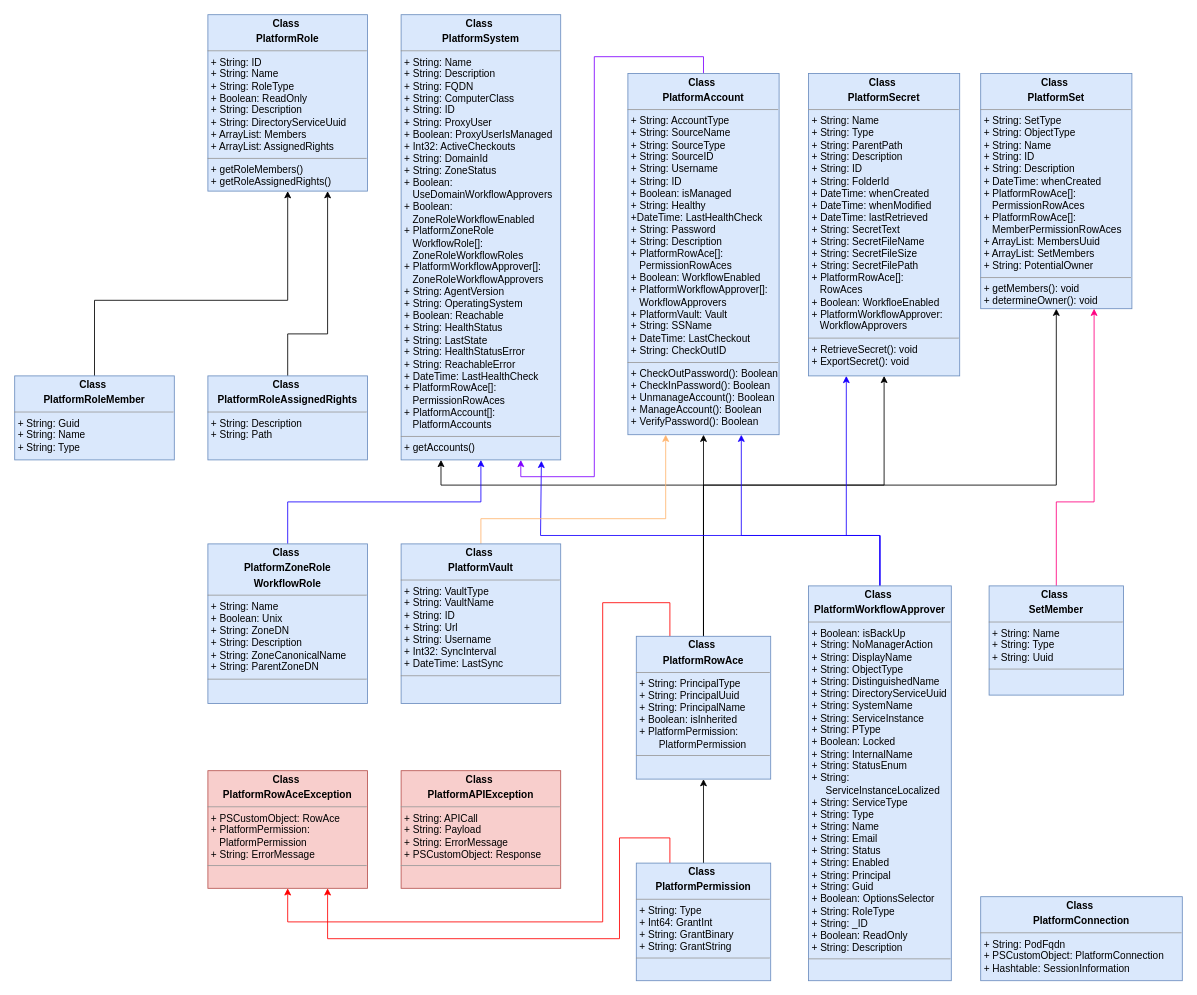
This is umldiagram.drawio from dnlrv/PlatformPlus, a draw.io file, before an edit. Source tidied: cells renumbered, new cells numbered last; positions are measured from the earlier drawing's top-left corner, leaving out a move shared by most shapes. Both pictures are drawn from the tidied source at 84%, with x=0, y=0 at pixel (14, 14).
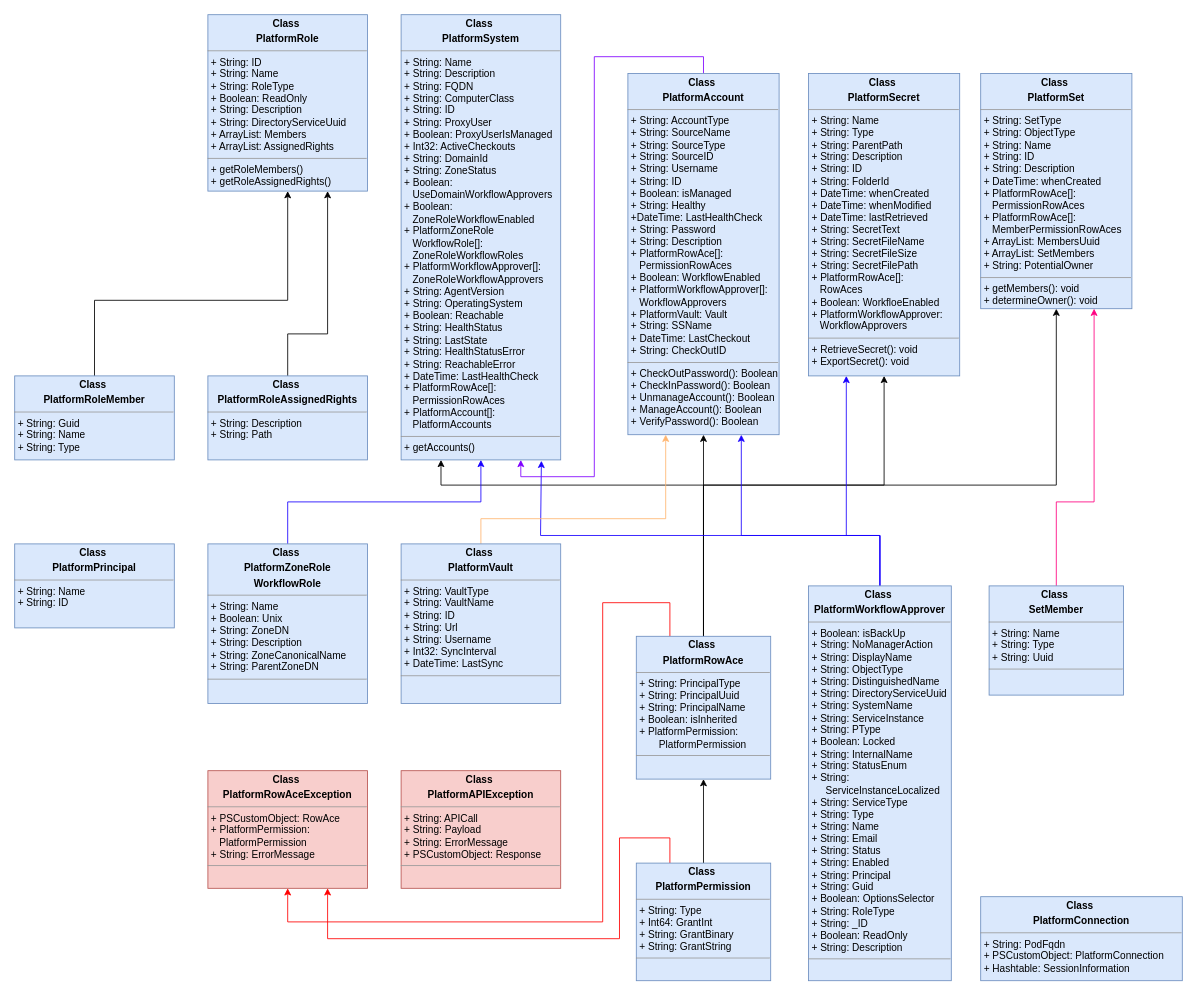
Above is the later version.

Commit message (it also covers changes not shown here):
Added PlatformPrincipal class and more

Diff of the diagram source:
```diff
@@
+    <mxCell id="34" value="&lt;p style=&quot;margin: 0px ; margin-top: 4px ; text-align: center&quot;&gt;&lt;b&gt;Class&amp;nbsp;&lt;/b&gt;&lt;/p&gt;&lt;p style=&quot;margin: 0px ; margin-top: 4px ; text-align: center&quot;&gt;&lt;b&gt;PlatformPrincipal&lt;br&gt;&lt;/b&gt;&lt;/p&gt;&lt;hr size=&quot;1&quot;&gt;&lt;p style=&quot;margin: 0px ; margin-left: 4px&quot;&gt;+ String: Name&lt;/p&gt;&lt;p style=&quot;margin: 0px ; margin-left: 4px&quot;&gt;+ String: ID&lt;/p&gt;" style="verticalAlign=top;align=left;overflow=fill;fontSize=12;fontFamily=Helvetica;html=1;fillColor=#dae8fc;strokeColor=#6c8ebf;" parent="1" vertex="1">
+      <mxGeometry y="630" width="190" height="100" as="geometry" />
+    </mxCell>
```
